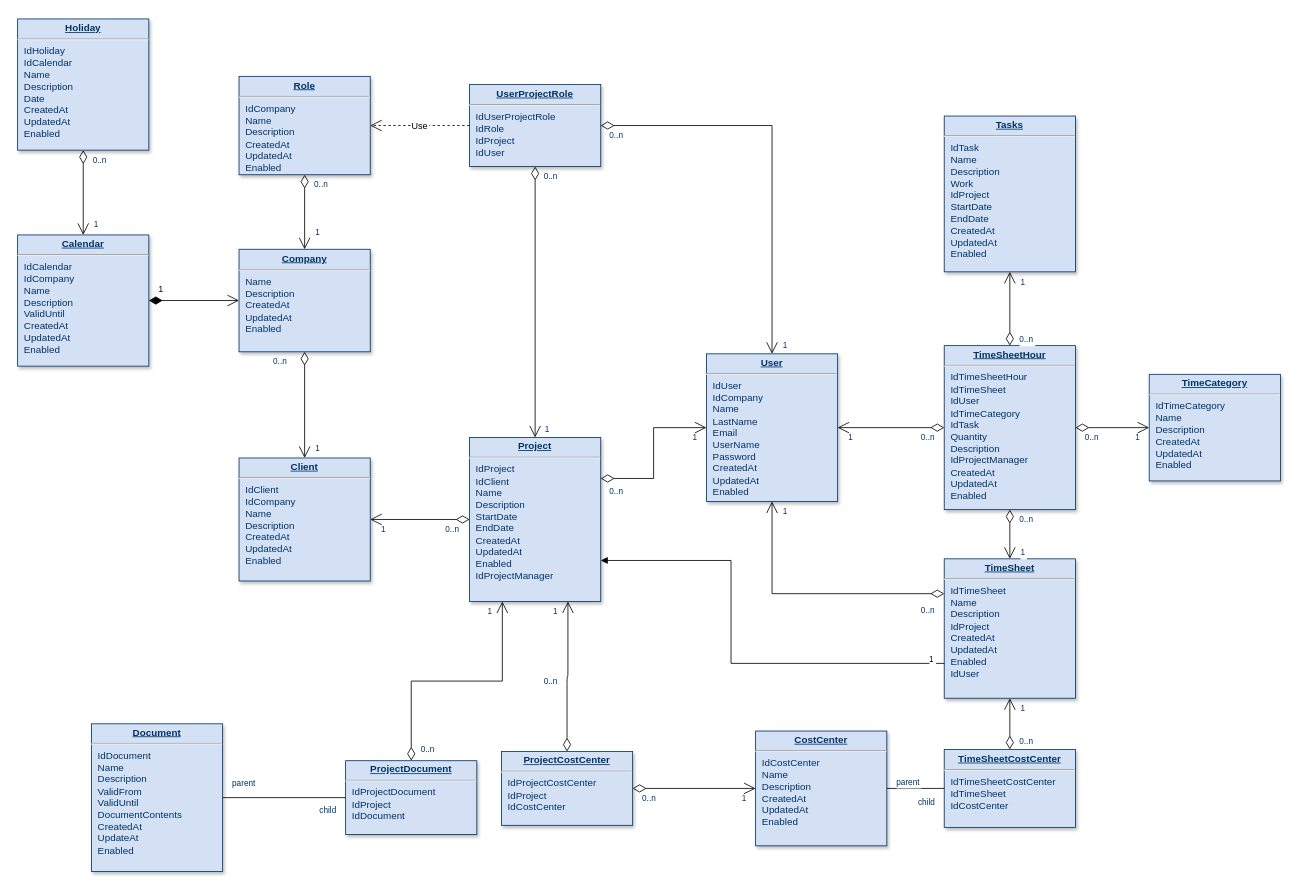
This is database/Clothing-shop.drawio from tbminh/clothing_shop, a draw.io file, before an edit. Source tidied: cells renumbered, new cells numbered last; positions are measured from the earlier drawing's top-left corner, leaving out a move shared by most shapes. Both pictures are drawn from the tidied source at 82%, with x=0, y=0 at pixel (17, 19).
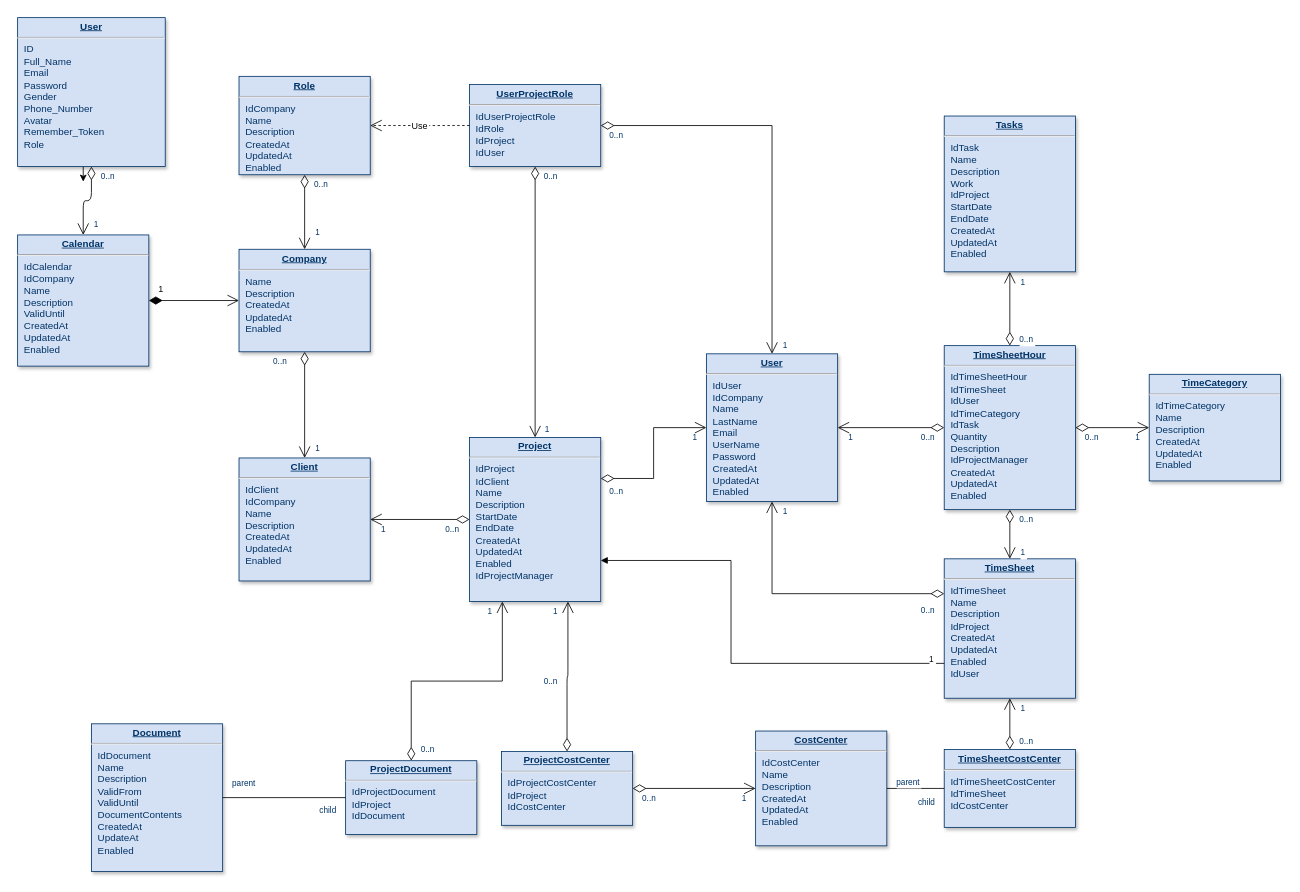
Above is the later version.

Change to the diagram source:
```diff
@@
+    <mxCell id="77" style="edgeStyle=orthogonalEdgeStyle;rounded=0;orthogonalLoop=1;jettySize=auto;html=1;" parent="1" edge="1">
+      <mxGeometry relative="1" as="geometry">
+        <mxPoint x="80" y="178" as="sourcePoint" />
+        <mxPoint x="80" y="198" as="targetPoint" />
+      </mxGeometry>
+    </mxCell>
-    <mxCell id="8" value="&lt;p style=&quot;margin: 0px; margin-top: 4px; text-align: center; text-decoration: underline;&quot;&gt;&lt;strong&gt;Holiday&lt;/strong&gt;&lt;/p&gt;&lt;hr /&gt;&lt;p style=&quot;margin: 0px; margin-left: 8px;&quot;&gt;IdHoliday&lt;/p&gt;&lt;p style=&quot;margin: 0px; margin-left: 8px;&quot;&gt;IdCalendar&lt;/p&gt;&lt;p style=&quot;margin: 0px; margin-left: 8px;&quot;&gt;Name&lt;/p&gt;&lt;p style=&quot;margin: 0px; margin-left: 8px;&quot;&gt;Description&lt;/p&gt;&lt;p style=&quot;margin: 0px; margin-left: 8px;&quot;&gt;Date&lt;/p&gt;&lt;p style=&quot;margin: 0px; margin-left: 8px;&quot;&gt;CreatedAt&lt;/p&gt;&lt;p style=&quot;margin: 0px; margin-left: 8px;&quot;&gt;UpdatedAt&lt;/p&gt;&lt;p style=&quot;margin: 0px; margin-left: 8px;&quot;&gt;Enabled&lt;/p&gt;" style="verticalAlign=top;align=left;overflow=fill;fontSize=12;fontFamily=Helvetica;html=1;strokeColor=#003366;shadow=1;fillColor=#D4E1F5;fontColor=#003366;" parent="1" vertex="1">
-      <mxGeometry y="-0.4" width="160" height="160" as="geometry" />
+    <mxCell id="8" value="&lt;p style=&quot;margin: 0px; margin-top: 4px; text-align: center; text-decoration: underline;&quot;&gt;&lt;b&gt;User&lt;/b&gt;&lt;/p&gt;&lt;hr&gt;&lt;p style=&quot;margin: 0px; margin-left: 8px;&quot;&gt;ID&lt;/p&gt;&lt;p style=&quot;margin: 0px; margin-left: 8px;&quot;&gt;Full_Name&lt;/p&gt;&lt;p style=&quot;margin: 0px; margin-left: 8px;&quot;&gt;Email&lt;br&gt;Password&lt;/p&gt;&lt;p style=&quot;margin: 0px; margin-left: 8px;&quot;&gt;Gender&lt;/p&gt;&lt;p style=&quot;margin: 0px; margin-left: 8px;&quot;&gt;Phone_Number&lt;/p&gt;&lt;p style=&quot;margin: 0px; margin-left: 8px;&quot;&gt;Avatar&lt;/p&gt;&lt;p style=&quot;margin: 0px; margin-left: 8px;&quot;&gt;Remember_Token&lt;/p&gt;&lt;p style=&quot;margin: 0px; margin-left: 8px;&quot;&gt;Role&lt;/p&gt;&lt;p style=&quot;margin: 0px; margin-left: 8px;&quot;&gt;&lt;br&gt;&lt;/p&gt;&lt;p style=&quot;margin: 0px; margin-left: 8px;&quot;&gt;&lt;br&gt;&lt;/p&gt;" style="verticalAlign=top;align=left;overflow=fill;fontSize=12;fontFamily=Helvetica;html=1;strokeColor=#003366;shadow=1;fillColor=#D4E1F5;fontColor=#003366;" parent="1" vertex="1">
+      <mxGeometry y="-2" width="180" height="181.6" as="geometry" />
     </mxCell>
```
